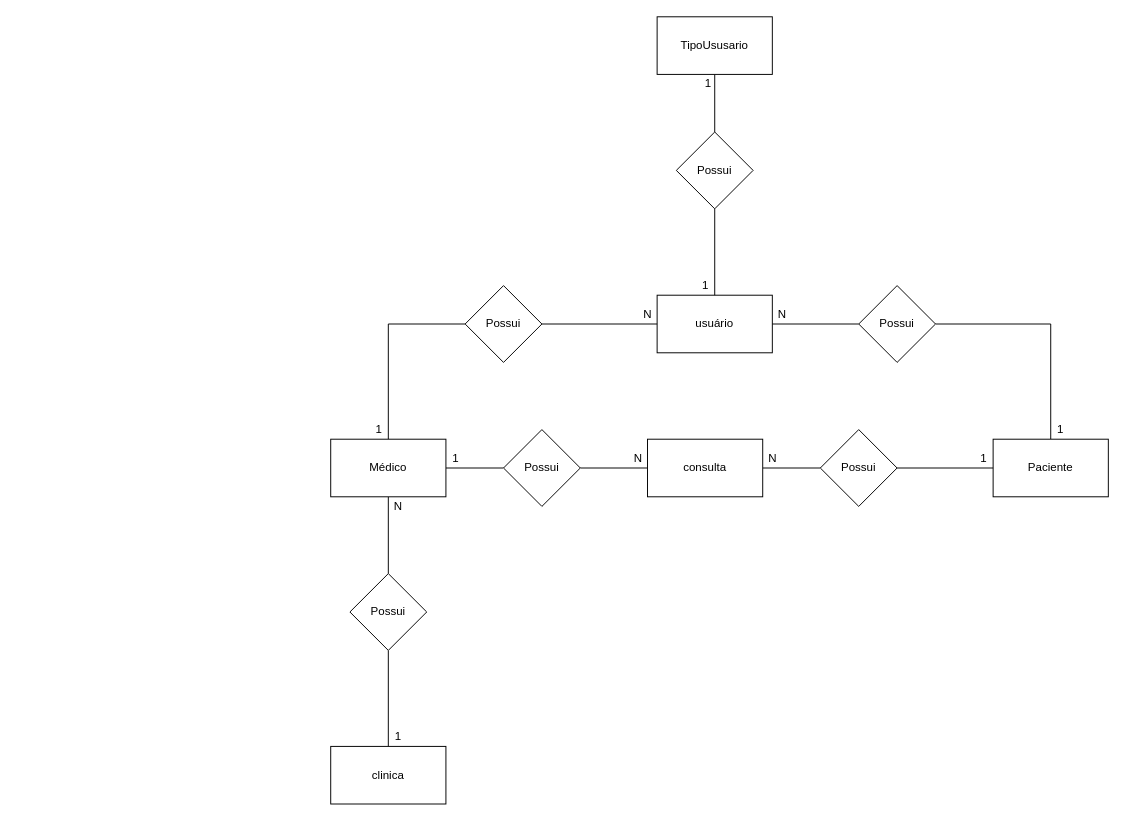
Above: page "Conceitual" (1 of 2) of SP Medical Group/Modelos conceitual e lógico.drawio in AparecidoSeles/Senai_2-_Semestre (draw.io), before the change. Source tidied: cells renumbered, new cells numbered last; positions are measured from the earlier drawing's top-left corner, leaving out a move shared by most shapes. Both pictures are drawn from the tidied source at 96%, with x=0, y=0 at pixel (330, 16).
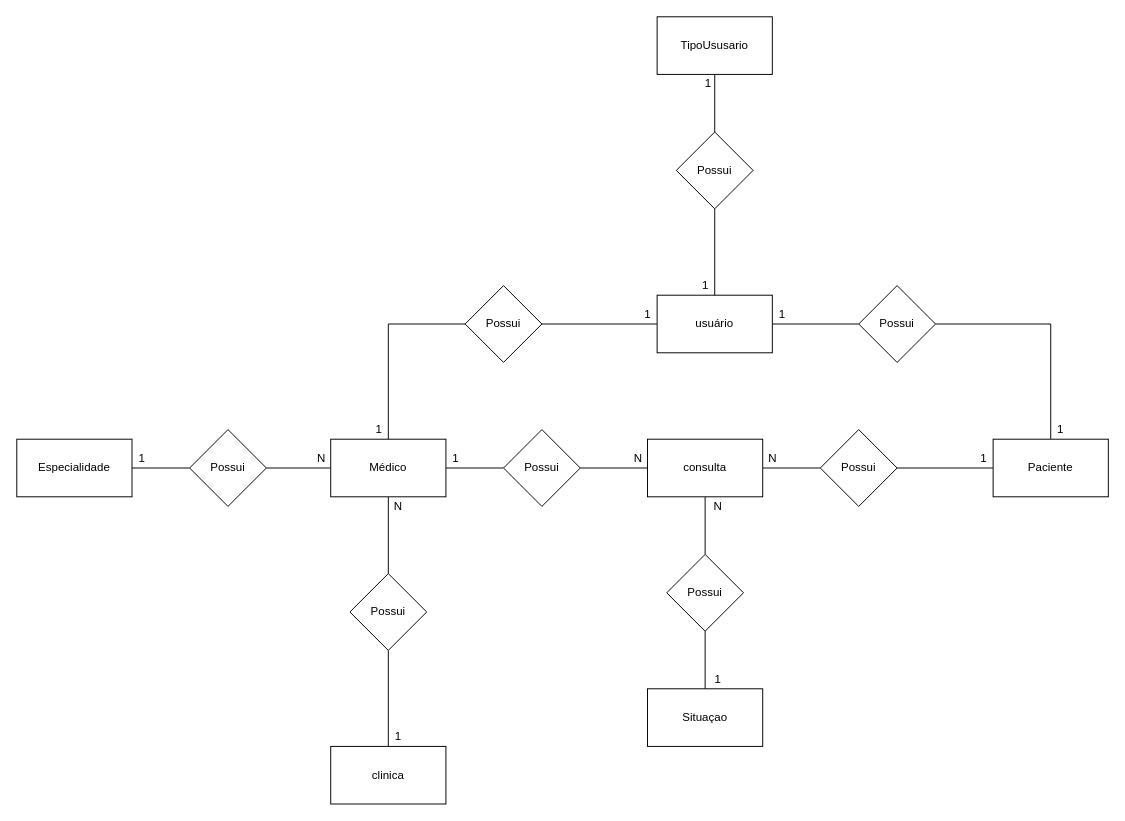
The same diagram, later.

Unchanged cells that the change refers to:
```xml
<mxCell id="5" value="Médico" style="rounded=0;whiteSpace=wrap;html=1;" parent="1" vertex="1">
  <mxGeometry y="440" width="120" height="60" as="geometry" />
</mxCell>
<mxCell id="13" value="consulta" style="rounded=0;whiteSpace=wrap;html=1;" parent="1" vertex="1">
  <mxGeometry x="330" y="440" width="120" height="60" as="geometry" />
</mxCell>
```

Change to the diagram source:
```diff
@@
+    <mxCell id="38" style="edgeStyle=orthogonalEdgeStyle;rounded=0;jettySize=auto;html=1;entryX=1;entryY=0.5;entryDx=0;entryDy=0;endArrow=none;endFill=0;" parent="1" edge="1" source="5" target="42">
+      <mxGeometry relative="1" as="geometry" />
+    </mxCell>
@@
+    <mxCell id="39" style="edgeStyle=orthogonalEdgeStyle;rounded=0;jettySize=auto;html=1;endArrow=none;endFill=0;" parent="1" edge="1" source="13" target="47">
+      <mxGeometry relative="1" as="geometry" />
+    </mxCell>
@@
-    <mxCell id="21" value="N" style="text;html=1;align=center;verticalAlign=middle;" parent="1" vertex="1">
+    <mxCell id="21" value="1" style="text;html=1;align=center;verticalAlign=middle;" parent="1" vertex="1">
       <mxGeometry x="460" y="300" width="20" height="20" as="geometry" />
     </mxCell>
@@
-    <mxCell id="35" value="N" style="text;html=1;align=center;verticalAlign=middle;" parent="1" vertex="1">
+    <mxCell id="35" value="1" style="text;html=1;align=center;verticalAlign=middle;" parent="1" vertex="1">
       <mxGeometry x="320" y="300" width="20" height="20" as="geometry" />
     </mxCell>
@@
+    <mxCell id="40" style="edgeStyle=orthogonalEdgeStyle;rounded=0;jettySize=auto;html=1;entryX=0;entryY=0.5;entryDx=0;entryDy=0;endArrow=none;endFill=0;" parent="1" edge="1" source="41" target="42">
+      <mxGeometry relative="1" as="geometry" />
+    </mxCell>
+    <mxCell id="41" value="Especialidade" style="rounded=0;whiteSpace=wrap;html=1;" parent="1" vertex="1">
+      <mxGeometry x="-327" y="440" width="120" height="60" as="geometry" />
+    </mxCell>
+    <mxCell id="42" value="Possui" style="rhombus;whiteSpace=wrap;html=1;" parent="1" vertex="1">
+      <mxGeometry x="-147" y="430" width="80" height="80" as="geometry" />
+    </mxCell>
+    <mxCell id="43" value="N" style="text;html=1;align=center;verticalAlign=middle;" parent="1" vertex="1">
+      <mxGeometry x="-20" y="450" width="20" height="20" as="geometry" />
+    </mxCell>
+    <mxCell id="44" value="1" style="text;html=1;align=center;verticalAlign=middle;" parent="1" vertex="1">
+      <mxGeometry x="-207" y="450" width="20" height="20" as="geometry" />
+    </mxCell>
+    <mxCell id="45" style="edgeStyle=orthogonalEdgeStyle;rounded=0;jettySize=auto;html=1;endArrow=none;endFill=0;" parent="1" edge="1" source="46" target="47">
+      <mxGeometry relative="1" as="geometry" />
+    </mxCell>
+    <mxCell id="46" value="Situaçao" style="rounded=0;whiteSpace=wrap;html=1;" parent="1" vertex="1">
+      <mxGeometry x="330" y="700" width="120" height="60" as="geometry" />
+    </mxCell>
+    <mxCell id="47" value="Possui" style="rhombus;whiteSpace=wrap;html=1;" parent="1" vertex="1">
+      <mxGeometry x="350" y="560" width="80" height="80" as="geometry" />
+    </mxCell>
+    <mxCell id="48" value="N" style="text;html=1;align=center;verticalAlign=middle;" parent="1" vertex="1">
+      <mxGeometry x="393" y="500" width="20" height="20" as="geometry" />
+    </mxCell>
+    <mxCell id="49" value="1" style="text;html=1;align=center;verticalAlign=middle;" parent="1" vertex="1">
+      <mxGeometry x="393" y="680" width="20" height="20" as="geometry" />
+    </mxCell>
```
